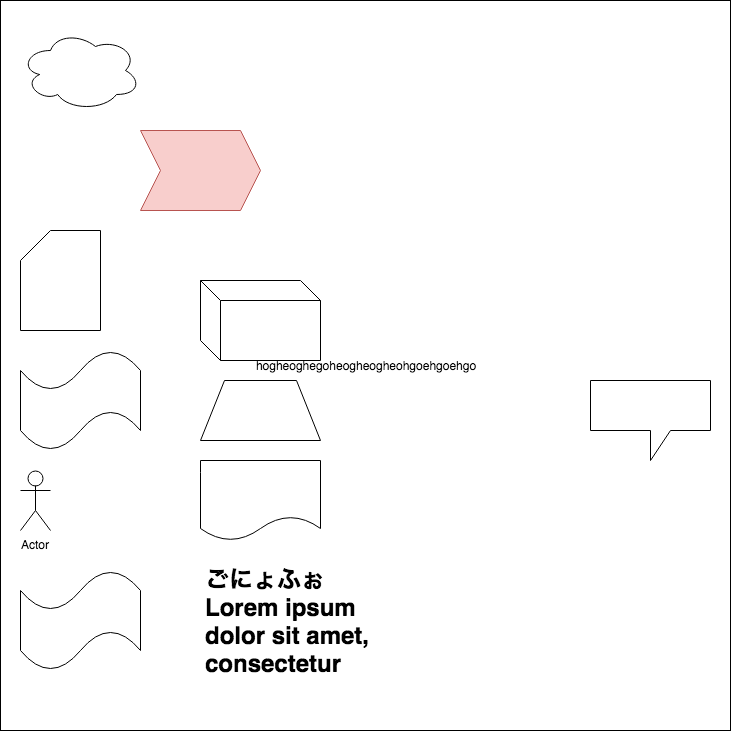
Above: test2.png in TKKRTKY/benkyoukai_2018 (draw.io), before the change. Source tidied: cells renumbered, new cells last; positions are measured from the earlier drawing's top-left corner, leaving out a move shared by most shapes.
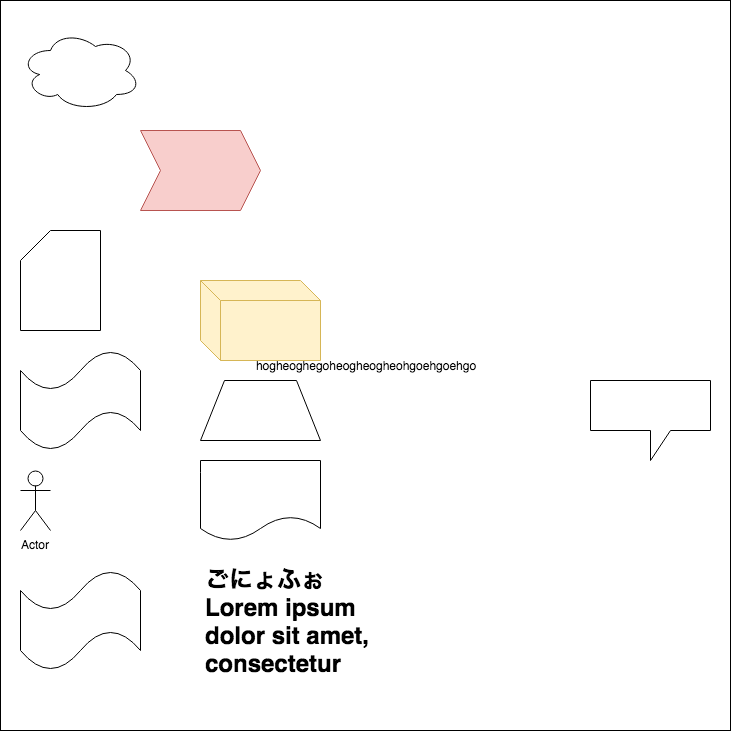
After the commit.

What changed in the source:
```diff
@@ -23,7 +23,7 @@
     <mxCell id="8" style="shape=tape;whiteSpace=wrap;html=1;" parent="1" vertex="1">
       <mxGeometry x="20" y="570" width="120" height="100" as="geometry" />
     </mxCell>
-    <mxCell id="9" style="shape=cube;whiteSpace=wrap;html=1;boundedLbl=1;backgroundOutline=1;" parent="1" vertex="1">
+    <mxCell id="9" style="shape=cube;whiteSpace=wrap;html=1;boundedLbl=1;backgroundOutline=1;fillColor=#fff2cc;strokeColor=#d6b656;" parent="1" vertex="1">
       <mxGeometry x="200" y="280" width="120" height="80" as="geometry" />
     </mxCell>
     <mxCell id="10" style="shape=trapezoid;perimeter=trapezoidPerimeter;whiteSpace=wrap;html=1;" parent="1" vertex="1">
```
